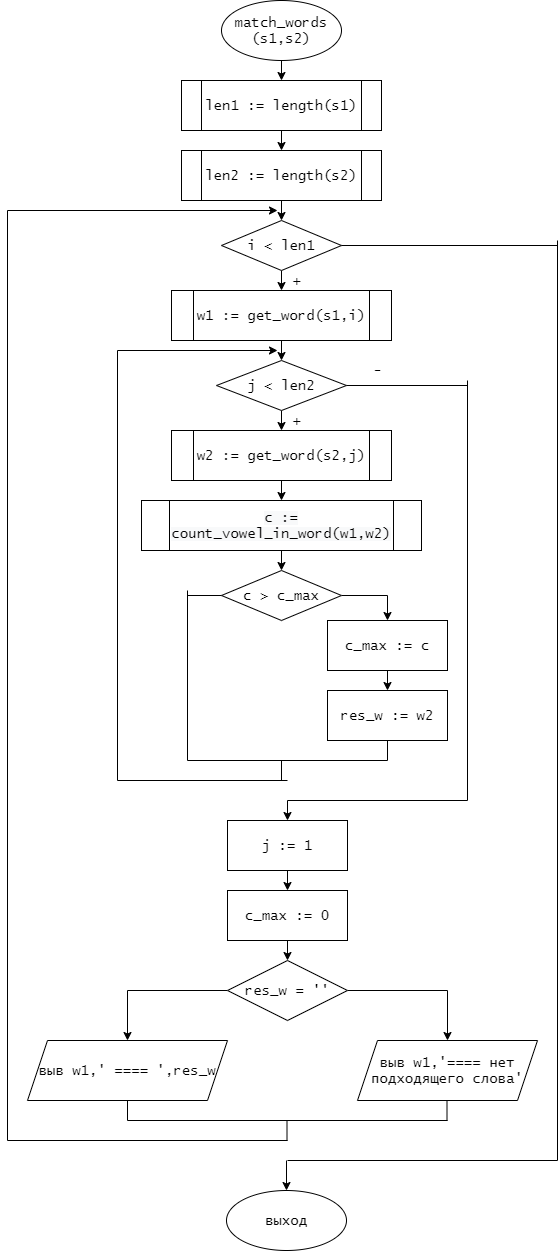
Earlier version of the draw.io export лр9/match_words.png (Aprokun/-). Source tidied: cells renumbered, new cells last; positions are measured from the earlier drawing's top-left corner, leaving out a move shared by most shapes.
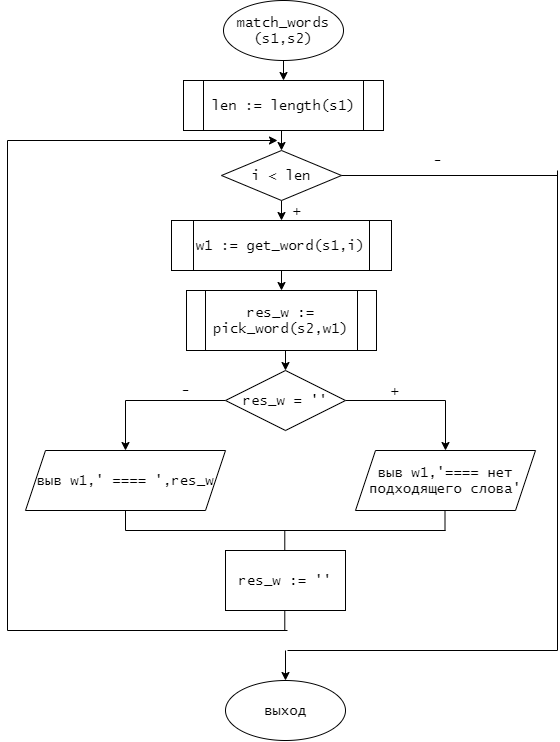
After the commit.

What changed in the source:
```diff
@@ -8,75 +8,33 @@
     <mxCell id="3" value="match_words&lt;br&gt;(s1,s2)" style="ellipse;whiteSpace=wrap;html=1;fontFamily=Lucida Console;fontSize=14;" parent="1" vertex="1">
       <mxGeometry x="214" width="120" height="60" as="geometry" />
     </mxCell>
-    <mxCell id="4" style="edgeStyle=orthogonalEdgeStyle;rounded=0;jettySize=auto;html=1;exitX=0.5;exitY=1;exitDx=0;exitDy=0;entryX=0.5;entryY=0;entryDx=0;entryDy=0;fontFamily=Lucida Console;fontSize=14;" parent="1" edge="1" source="5" target="7">
-      <mxGeometry relative="1" as="geometry" />
-    </mxCell>
-    <mxCell id="5" value="len1 := length(s1)" style="shape=process;whiteSpace=wrap;html=1;backgroundOutline=1;fontFamily=Lucida Console;fontSize=14;" parent="1" vertex="1">
+    <mxCell id="5" value="len := length(s1)" style="shape=process;whiteSpace=wrap;html=1;backgroundOutline=1;fontFamily=Lucida Console;fontSize=14;" parent="1" vertex="1">
       <mxGeometry x="174" y="80" width="200" height="50" as="geometry" />
     </mxCell>
-    <mxCell id="6" style="edgeStyle=orthogonalEdgeStyle;rounded=0;jettySize=auto;html=1;exitX=0.5;exitY=1;exitDx=0;exitDy=0;entryX=0.5;entryY=0;entryDx=0;entryDy=0;fontFamily=Lucida Console;fontSize=14;" parent="1" edge="1" source="7" target="9">
-      <mxGeometry relative="1" as="geometry" />
+    <mxCell id="6" style="edgeStyle=orthogonalEdgeStyle;rounded=0;jettySize=auto;html=1;exitX=0.5;exitY=1;exitDx=0;exitDy=0;entryX=0.5;entryY=0;entryDx=0;entryDy=0;fontFamily=Lucida Console;fontSize=14;" parent="1" edge="1" target="9">
+      <mxGeometry relative="1" as="geometry">
+        <mxPoint x="272" y="130" as="sourcePoint" />
+      </mxGeometry>
     </mxCell>
-    <mxCell id="7" value="len2 := length(s2)" style="shape=process;whiteSpace=wrap;html=1;backgroundOutline=1;fontFamily=Lucida Console;fontSize=14;" parent="1" vertex="1">
-      <mxGeometry x="174" y="150" width="200" height="50" as="geometry" />
-    </mxCell>
     <mxCell id="8" style="edgeStyle=orthogonalEdgeStyle;rounded=0;jettySize=auto;html=1;exitX=0.5;exitY=1;exitDx=0;exitDy=0;entryX=0.5;entryY=0;entryDx=0;entryDy=0;fontFamily=Lucida Console;fontSize=14;" parent="1" edge="1" source="9" target="11">
       <mxGeometry relative="1" as="geometry" />
     </mxCell>
-    <mxCell id="9" value="i &amp;lt; len1" style="rhombus;whiteSpace=wrap;html=1;fontFamily=Lucida Console;fontSize=14;" parent="1" vertex="1">
-      <mxGeometry x="214" y="220" width="120" height="50" as="geometry" />
+    <mxCell id="9" value="i &amp;lt; len" style="rhombus;whiteSpace=wrap;html=1;fontFamily=Lucida Console;fontSize=14;" parent="1" vertex="1">
+      <mxGeometry x="212" y="150" width="120" height="50" as="geometry" />
     </mxCell>
-    <mxCell id="10" style="edgeStyle=orthogonalEdgeStyle;rounded=0;jettySize=auto;html=1;exitX=0.5;exitY=1;exitDx=0;exitDy=0;entryX=0.5;entryY=0;entryDx=0;entryDy=0;fontFamily=Lucida Console;fontSize=14;" parent="1" edge="1" source="11" target="13">
-      <mxGeometry relative="1" as="geometry" />
+    <mxCell id="10" style="edgeStyle=orthogonalEdgeStyle;rounded=0;jettySize=auto;html=1;exitX=0.5;exitY=1;exitDx=0;exitDy=0;entryX=0.5;entryY=0;entryDx=0;entryDy=0;fontFamily=Lucida Console;fontSize=14;" parent="1" edge="1" source="11">
+      <mxGeometry relative="1" as="geometry">
+        <mxPoint x="272" y="290" as="targetPoint" />
+      </mxGeometry>
     </mxCell>
     <mxCell id="11" value="w1 := get_word(s1,i)" style="shape=process;whiteSpace=wrap;html=1;backgroundOutline=1;fontFamily=Lucida Console;fontSize=14;" parent="1" vertex="1">
-      <mxGeometry x="164" y="290" width="220" height="50" as="geometry" />
+      <mxGeometry x="162" y="220" width="220" height="50" as="geometry" />
     </mxCell>
-    <mxCell id="12" style="edgeStyle=orthogonalEdgeStyle;rounded=0;jettySize=auto;html=1;exitX=0.5;exitY=1;exitDx=0;exitDy=0;entryX=0.5;entryY=0;entryDx=0;entryDy=0;fontFamily=Lucida Console;fontSize=14;" parent="1" edge="1" source="13" target="15">
-      <mxGeometry relative="1" as="geometry" />
-    </mxCell>
-    <mxCell id="13" value="j &amp;lt; len2" style="rhombus;whiteSpace=wrap;html=1;fontFamily=Lucida Console;fontSize=14;" parent="1" vertex="1">
-      <mxGeometry x="209" y="360" width="130" height="50" as="geometry" />
-    </mxCell>
-    <mxCell id="14" style="edgeStyle=orthogonalEdgeStyle;rounded=0;jettySize=auto;html=1;exitX=0.5;exitY=1;exitDx=0;exitDy=0;entryX=0.5;entryY=0;entryDx=0;entryDy=0;fontFamily=Lucida Console;fontSize=14;" parent="1" edge="1" source="15" target="17">
-      <mxGeometry relative="1" as="geometry" />
-    </mxCell>
-    <mxCell id="15" value="w2 := get_word(s2,j)" style="shape=process;whiteSpace=wrap;html=1;backgroundOutline=1;fontFamily=Lucida Console;fontSize=14;" parent="1" vertex="1">
-      <mxGeometry x="164" y="430" width="220" height="50" as="geometry" />
-    </mxCell>
-    <mxCell id="16" style="edgeStyle=orthogonalEdgeStyle;rounded=0;jettySize=auto;html=1;exitX=0.5;exitY=1;exitDx=0;exitDy=0;entryX=0.5;entryY=0;entryDx=0;entryDy=0;fontFamily=Lucida Console;fontSize=14;" parent="1" edge="1" source="17" target="19">
-      <mxGeometry relative="1" as="geometry" />
-    </mxCell>
-    <mxCell id="17" value="&lt;span style=&quot;color: rgb(0 , 0 , 0) ; font-family: &amp;#34;lucida console&amp;#34; ; font-size: 14px ; font-style: normal ; font-weight: 400 ; letter-spacing: normal ; text-align: center ; text-indent: 0px ; text-transform: none ; word-spacing: 0px ; background-color: rgb(248 , 249 , 250) ; display: inline ; float: none&quot;&gt;c := count_vowel_in_word(w1,w2)&lt;/span&gt;" style="shape=process;whiteSpace=wrap;html=1;backgroundOutline=1;fontFamily=Lucida Console;fontSize=14;" parent="1" vertex="1">
-      <mxGeometry x="134" y="500" width="280" height="50" as="geometry" />
-    </mxCell>
-    <mxCell id="18" style="edgeStyle=orthogonalEdgeStyle;rounded=0;jettySize=auto;html=1;exitX=1;exitY=0.5;exitDx=0;exitDy=0;entryX=0.5;entryY=0;entryDx=0;entryDy=0;fontFamily=Lucida Console;fontSize=14;" parent="1" edge="1" source="19" target="21">
-      <mxGeometry relative="1" as="geometry" />
-    </mxCell>
-    <mxCell id="19" value="c &amp;gt; c_max" style="rhombus;whiteSpace=wrap;html=1;fontFamily=Lucida Console;fontSize=14;" parent="1" vertex="1">
-      <mxGeometry x="214" y="570" width="120" height="50" as="geometry" />
-    </mxCell>
-    <mxCell id="20" style="edgeStyle=orthogonalEdgeStyle;rounded=0;jettySize=auto;html=1;exitX=0.5;exitY=1;exitDx=0;exitDy=0;entryX=0.5;entryY=0;entryDx=0;entryDy=0;fontFamily=Lucida Console;fontSize=14;" parent="1" edge="1" source="21" target="22">
-      <mxGeometry relative="1" as="geometry" />
-    </mxCell>
-    <mxCell id="21" value="c_max := c" style="rounded=0;whiteSpace=wrap;html=1;fontFamily=Lucida Console;fontSize=14;" parent="1" vertex="1">
-      <mxGeometry x="320" y="620" width="120" height="50" as="geometry" />
-    </mxCell>
-    <mxCell id="22" value="res_w := w2" style="rounded=0;whiteSpace=wrap;html=1;fontFamily=Lucida Console;fontSize=14;" parent="1" vertex="1">
-      <mxGeometry x="320" y="690" width="120" height="50" as="geometry" />
-    </mxCell>
-    <mxCell id="23" style="edgeStyle=orthogonalEdgeStyle;rounded=0;jettySize=auto;html=1;exitX=0.5;exitY=1;exitDx=0;exitDy=0;entryX=0.5;entryY=0;entryDx=0;entryDy=0;fontFamily=Lucida Console;fontSize=14;" parent="1" edge="1" source="24" target="26">
-      <mxGeometry relative="1" as="geometry" />
-    </mxCell>
-    <mxCell id="24" value="j := 1" style="rounded=0;whiteSpace=wrap;html=1;fontFamily=Lucida Console;fontSize=14;" parent="1" vertex="1">
-      <mxGeometry x="220" y="820" width="120" height="50" as="geometry" />
-    </mxCell>
-    <mxCell id="25" style="edgeStyle=orthogonalEdgeStyle;rounded=0;jettySize=auto;html=1;exitX=0.5;exitY=1;exitDx=0;exitDy=0;entryX=0.5;entryY=0;entryDx=0;entryDy=0;fontFamily=Lucida Console;fontSize=14;" parent="1" edge="1" source="26" target="29">
-      <mxGeometry relative="1" as="geometry" />
+    <mxCell id="25" style="edgeStyle=orthogonalEdgeStyle;rounded=0;jettySize=auto;html=1;exitX=0.5;exitY=1;exitDx=0;exitDy=0;entryX=0.5;entryY=0;entryDx=0;entryDy=0;fontFamily=Lucida Console;fontSize=14;" parent="1" edge="1" target="29">
+      <mxGeometry relative="1" as="geometry">
+        <mxPoint x="276" y="350" as="sourcePoint" />
+      </mxGeometry>
     </mxCell>
-    <mxCell id="26" value="c_max := 0" style="rounded=0;whiteSpace=wrap;html=1;fontFamily=Lucida Console;fontSize=14;" parent="1" vertex="1">
-      <mxGeometry x="220" y="890" width="120" height="50" as="geometry" />
-    </mxCell>
     <mxCell id="27" style="edgeStyle=orthogonalEdgeStyle;rounded=0;jettySize=auto;html=1;exitX=1;exitY=0.5;exitDx=0;exitDy=0;entryX=0.5;entryY=0;entryDx=0;entryDy=0;fontFamily=Lucida Console;fontSize=14;" parent="1" edge="1" source="29" target="30">
       <mxGeometry relative="1" as="geometry" />
     </mxCell>
@@ -84,156 +42,103 @@
       <mxGeometry relative="1" as="geometry" />
     </mxCell>
     <mxCell id="29" value="res_w = ''" style="rhombus;whiteSpace=wrap;html=1;fontFamily=Lucida Console;fontSize=14;" parent="1" vertex="1">
-      <mxGeometry x="220" y="960" width="120" height="60" as="geometry" />
+      <mxGeometry x="216" y="370" width="120" height="60" as="geometry" />
     </mxCell>
     <mxCell id="30" value="выв w1,'==== нет подходящего слова'" style="shape=parallelogram;perimeter=parallelogramPerimeter;whiteSpace=wrap;html=1;fixedSize=1;fontFamily=Lucida Console;fontSize=14;" parent="1" vertex="1">
-      <mxGeometry x="350" y="1040" width="180" height="60" as="geometry" />
+      <mxGeometry x="346" y="450" width="180" height="60" as="geometry" />
     </mxCell>
     <mxCell id="31" value="выв w1,' ==== ',res_w" style="shape=parallelogram;perimeter=parallelogramPerimeter;whiteSpace=wrap;html=1;fixedSize=1;fontFamily=Lucida Console;fontSize=14;" parent="1" vertex="1">
-      <mxGeometry x="20" y="1040" width="200" height="60" as="geometry" />
+      <mxGeometry x="16" y="450" width="200" height="60" as="geometry" />
     </mxCell>
     <mxCell id="32" style="endArrow=none;html=1;fontFamily=Lucida Console;fontSize=14;" parent="1" edge="1">
       <mxGeometry relative="1" as="geometry">
-        <mxPoint x="120" y="1120" as="sourcePoint" />
-        <mxPoint x="440" y="1120" as="targetPoint" />
+        <mxPoint x="116" y="530" as="sourcePoint" />
+        <mxPoint x="436" y="530" as="targetPoint" />
       </mxGeometry>
     </mxCell>
     <mxCell id="33" style="endArrow=none;html=1;fontFamily=Lucida Console;fontSize=14;entryX=0.5;entryY=1;entryDx=0;entryDy=0;" parent="1" edge="1" target="31">
       <mxGeometry relative="1" as="geometry">
-        <mxPoint x="120" y="1120" as="sourcePoint" />
+        <mxPoint x="116" y="530" as="sourcePoint" />
       </mxGeometry>
     </mxCell>
     <mxCell id="34" style="endArrow=none;html=1;fontFamily=Lucida Console;fontSize=14;entryX=0.5;entryY=1;entryDx=0;entryDy=0;" parent="1" edge="1">
       <mxGeometry relative="1" as="geometry">
-        <mxPoint x="439.5" y="1120" as="sourcePoint" />
-        <mxPoint x="439.5" y="1100" as="targetPoint" />
+        <mxPoint x="435.5" y="530" as="sourcePoint" />
+        <mxPoint x="435.5" y="510" as="targetPoint" />
       </mxGeometry>
     </mxCell>
     <mxCell id="35" style="endArrow=none;html=1;fontFamily=Lucida Console;fontSize=14;entryX=0.5;entryY=1;entryDx=0;entryDy=0;" parent="1" edge="1">
       <mxGeometry relative="1" as="geometry">
-        <mxPoint x="279.5" y="1140" as="sourcePoint" />
-        <mxPoint x="279.5" y="1120" as="targetPoint" />
+        <mxPoint x="275.3" y="550" as="sourcePoint" />
+        <mxPoint x="275.3" y="530" as="targetPoint" />
       </mxGeometry>
     </mxCell>
     <mxCell id="36" style="endArrow=none;html=1;fontFamily=Lucida Console;fontSize=14;" parent="1" edge="1">
       <mxGeometry relative="1" as="geometry">
-        <mxPoint y="1140" as="sourcePoint" />
-        <mxPoint x="280" y="1140" as="targetPoint" />
+        <mxPoint x="-2" y="630" as="sourcePoint" />
+        <mxPoint x="278" y="630" as="targetPoint" />
       </mxGeometry>
     </mxCell>
     <mxCell id="37" style="endArrow=none;html=1;fontFamily=Lucida Console;fontSize=14;" parent="1" edge="1">
       <mxGeometry relative="1" as="geometry">
-        <mxPoint y="1140" as="sourcePoint" />
-        <mxPoint y="210" as="targetPoint" />
+        <mxPoint x="-2" y="630" as="sourcePoint" />
+        <mxPoint x="-2" y="140" as="targetPoint" />
       </mxGeometry>
     </mxCell>
-    <mxCell id="38" style="endArrow=none;html=1;fontFamily=Lucida Console;fontSize=14;entryX=0;entryY=0.5;entryDx=0;entryDy=0;" parent="1" edge="1" target="19">
-      <mxGeometry relative="1" as="geometry">
-        <mxPoint x="180" y="595" as="sourcePoint" />
-      </mxGeometry>
-    </mxCell>
-    <mxCell id="39" style="endArrow=none;html=1;fontFamily=Lucida Console;fontSize=14;" parent="1" edge="1">
-      <mxGeometry relative="1" as="geometry">
-        <mxPoint x="180" y="760" as="sourcePoint" />
-        <mxPoint x="180" y="590" as="targetPoint" />
-      </mxGeometry>
-    </mxCell>
-    <mxCell id="40" style="endArrow=none;html=1;fontFamily=Lucida Console;fontSize=14;" parent="1" edge="1">
-      <mxGeometry relative="1" as="geometry">
-        <mxPoint x="180" y="760" as="sourcePoint" />
-        <mxPoint x="380" y="760" as="targetPoint" />
-      </mxGeometry>
-    </mxCell>
-    <mxCell id="41" style="endArrow=none;html=1;fontFamily=Lucida Console;fontSize=14;entryX=0.5;entryY=1;entryDx=0;entryDy=0;" parent="1" edge="1" target="22">
-      <mxGeometry relative="1" as="geometry">
-        <mxPoint x="380" y="760" as="sourcePoint" />
-      </mxGeometry>
-    </mxCell>
-    <mxCell id="42" style="endArrow=none;html=1;fontFamily=Lucida Console;fontSize=14;" parent="1" edge="1">
-      <mxGeometry relative="1" as="geometry">
-        <mxPoint x="274" y="780" as="sourcePoint" />
-        <mxPoint x="274" y="760" as="targetPoint" />
-      </mxGeometry>
-    </mxCell>
-    <mxCell id="43" style="endArrow=none;html=1;fontFamily=Lucida Console;fontSize=14;" parent="1" edge="1">
-      <mxGeometry relative="1" as="geometry">
-        <mxPoint x="110" y="780" as="sourcePoint" />
-        <mxPoint x="280" y="780" as="targetPoint" />
-      </mxGeometry>
-    </mxCell>
-    <mxCell id="44" style="endArrow=none;html=1;fontFamily=Lucida Console;fontSize=14;" parent="1" edge="1">
-      <mxGeometry relative="1" as="geometry">
-        <mxPoint x="110" y="780" as="sourcePoint" />
-        <mxPoint x="110" y="350" as="targetPoint" />
-      </mxGeometry>
-    </mxCell>
-    <mxCell id="45" style="endArrow=classic;html=1;fontFamily=Lucida Console;fontSize=14;" parent="1" edge="1">
-      <mxGeometry relative="1" as="geometry">
-        <mxPoint x="110" y="350" as="sourcePoint" />
-        <mxPoint x="270" y="350" as="targetPoint" />
-      </mxGeometry>
-    </mxCell>
     <mxCell id="46" value="+" style="text;html=1;align=center;verticalAlign=middle;fontSize=14;fontFamily=Lucida Console;" parent="1" vertex="1">
-      <mxGeometry x="280" y="270" width="20" height="20" as="geometry" />
+      <mxGeometry x="278" y="200" width="20" height="20" as="geometry" />
     </mxCell>
-    <mxCell id="47" value="+" style="text;html=1;align=center;verticalAlign=middle;fontSize=14;fontFamily=Lucida Console;" parent="1" vertex="1">
-      <mxGeometry x="280" y="410" width="20" height="20" as="geometry" />
-    </mxCell>
-    <mxCell id="48" style="endArrow=none;html=1;fontFamily=Lucida Console;fontSize=14;entryX=1;entryY=0.5;entryDx=0;entryDy=0;" parent="1" edge="1" target="13">
-      <mxGeometry relative="1" as="geometry">
-        <mxPoint x="460" y="385" as="sourcePoint" />
-      </mxGeometry>
-    </mxCell>
-    <mxCell id="49" style="endArrow=none;html=1;fontFamily=Lucida Console;fontSize=14;" parent="1" edge="1">
-      <mxGeometry relative="1" as="geometry">
-        <mxPoint x="460" y="800" as="sourcePoint" />
-        <mxPoint x="280" y="800" as="targetPoint" />
-      </mxGeometry>
-    </mxCell>
-    <mxCell id="50" style="endArrow=none;html=1;fontFamily=Lucida Console;fontSize=14;" parent="1" edge="1">
-      <mxGeometry relative="1" as="geometry">
-        <mxPoint x="460" y="800" as="sourcePoint" />
-        <mxPoint x="460" y="380" as="targetPoint" />
-      </mxGeometry>
-    </mxCell>
-    <mxCell id="51" value="-" style="text;html=1;align=center;verticalAlign=middle;fontSize=14;fontFamily=Lucida Console;" parent="1" vertex="1">
-      <mxGeometry x="360" y="360" width="20" height="20" as="geometry" />
-    </mxCell>
     <mxCell id="52" style="endArrow=classic;html=1;fontFamily=Lucida Console;fontSize=14;" parent="1" edge="1">
       <mxGeometry relative="1" as="geometry">
-        <mxPoint y="210" as="sourcePoint" />
-        <mxPoint x="270" y="210" as="targetPoint" />
+        <mxPoint x="-2" y="140" as="sourcePoint" />
+        <mxPoint x="268" y="140" as="targetPoint" />
       </mxGeometry>
     </mxCell>
-    <mxCell id="53" style="endArrow=classic;html=1;fontFamily=Lucida Console;fontSize=14;entryX=0.5;entryY=0;entryDx=0;entryDy=0;" parent="1" edge="1" target="24">
-      <mxGeometry relative="1" as="geometry">
-        <mxPoint x="280" y="800" as="sourcePoint" />
-      </mxGeometry>
-    </mxCell>
     <mxCell id="54" style="endArrow=none;html=1;fontFamily=Lucida Console;fontSize=14;entryX=1;entryY=0.5;entryDx=0;entryDy=0;" parent="1" edge="1" target="9">
       <mxGeometry relative="1" as="geometry">
-        <mxPoint x="550" y="245" as="sourcePoint" />
+        <mxPoint x="548" y="175" as="sourcePoint" />
       </mxGeometry>
     </mxCell>
     <mxCell id="55" style="endArrow=none;html=1;fontFamily=Lucida Console;fontSize=14;" parent="1" edge="1">
       <mxGeometry relative="1" as="geometry">
-        <mxPoint x="550" y="1160" as="sourcePoint" />
-        <mxPoint x="550" y="240" as="targetPoint" />
+        <mxPoint x="548" y="650" as="sourcePoint" />
+        <mxPoint x="548" y="170" as="targetPoint" />
       </mxGeometry>
     </mxCell>
     <mxCell id="56" style="endArrow=none;html=1;fontFamily=Lucida Console;fontSize=14;" parent="1" edge="1">
       <mxGeometry relative="1" as="geometry">
-        <mxPoint x="280" y="1160" as="sourcePoint" />
-        <mxPoint x="550" y="1160" as="targetPoint" />
+        <mxPoint x="278" y="650" as="sourcePoint" />
+        <mxPoint x="548" y="650" as="targetPoint" />
       </mxGeometry>
     </mxCell>
     <mxCell id="57" value="&lt;font face=&quot;Lucida Console&quot; style=&quot;font-size: 14px&quot;&gt;выход&lt;/font&gt;" style="ellipse;whiteSpace=wrap;html=1;" parent="1" vertex="1">
-      <mxGeometry x="219" y="1190" width="120" height="60" as="geometry" />
+      <mxGeometry x="216" y="680" width="120" height="60" as="geometry" />
     </mxCell>
     <mxCell id="58" style="endArrow=classic;html=1;fontFamily=Lucida Console;fontSize=14;entryX=0.5;entryY=0;entryDx=0;entryDy=0;" parent="1" edge="1" target="57">
       <mxGeometry relative="1" as="geometry">
-        <mxPoint x="279" y="1160" as="sourcePoint" />
+        <mxPoint x="276" y="650" as="sourcePoint" />
       </mxGeometry>
     </mxCell>
+    <mxCell id="59" value="-" style="text;html=1;align=center;verticalAlign=middle;fontSize=14;fontFamily=Lucida Console;" parent="1" vertex="1">
+      <mxGeometry x="418" y="150" width="20" height="20" as="geometry" />
+    </mxCell>
+    <mxCell id="47" value="+" style="text;html=1;align=center;verticalAlign=middle;fontSize=14;fontFamily=Lucida Console;" parent="1" vertex="1">
+      <mxGeometry x="376" y="380" width="20" height="20" as="geometry" />
+    </mxCell>
+    <mxCell id="60" value="-" style="text;html=1;align=center;verticalAlign=middle;fontSize=14;fontFamily=Lucida Console;" parent="1" vertex="1">
+      <mxGeometry x="166" y="380" width="20" height="20" as="geometry" />
+    </mxCell>
+    <mxCell id="61" value="res_w := pick_word(s2,w1)" style="shape=process;whiteSpace=wrap;html=1;backgroundOutline=1;fontSize=14;fontFamily=Lucida Console;" parent="1" vertex="1">
+      <mxGeometry x="177" y="290" width="190" height="60" as="geometry" />
+    </mxCell>
+    <mxCell id="62" value="&lt;font face=&quot;Lucida Console&quot; style=&quot;font-size: 14px&quot;&gt;res_w := ''&lt;/font&gt;" style="rounded=0;whiteSpace=wrap;html=1;" parent="1" vertex="1">
+      <mxGeometry x="216" y="550" width="120" height="60" as="geometry" />
+    </mxCell>
+    <mxCell id="63" style="endArrow=none;html=1;fontFamily=Lucida Console;fontSize=14;entryX=0.5;entryY=1;entryDx=0;entryDy=0;" parent="1" edge="1">
+      <mxGeometry relative="1" as="geometry">
+        <mxPoint x="275.3" y="630" as="sourcePoint" />
+        <mxPoint x="275.3" y="610" as="targetPoint" />
+      </mxGeometry>
+    </mxCell>
   </root>
 </mxGraphModel>
```
